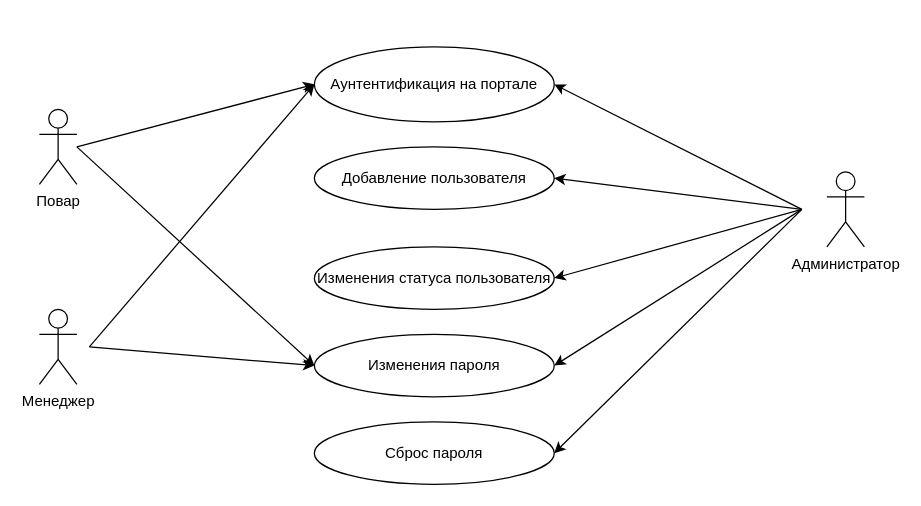
Before: page "Use cases" (3 of 3) of docs/diagrams/food-user-auth.drawio in otusroom5/food-manager, a draw.io diagram. Source tidied: cells renumbered, new cells numbered last; positions are measured from the earlier drawing's top-left corner, leaving out a move shared by most shapes. Both pictures are drawn from the tidied source at 125%, with x=0, y=0 at pixel (39, 46).
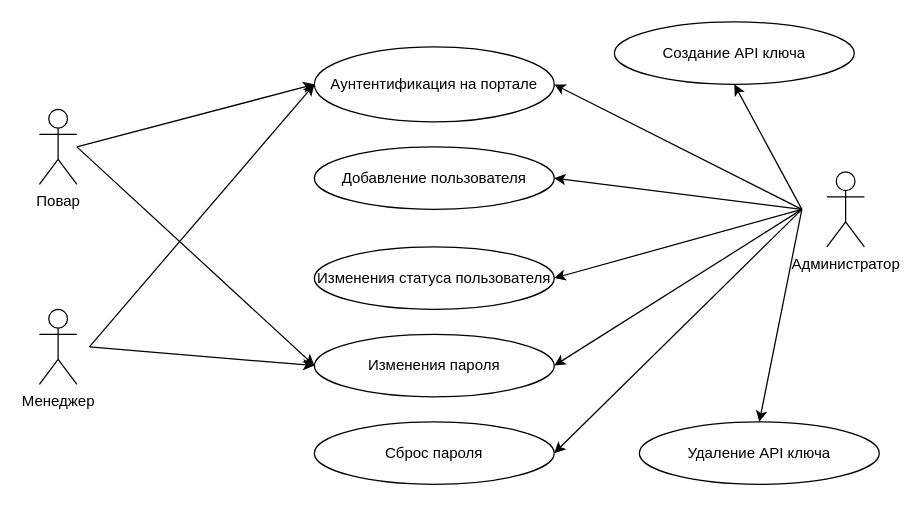
The same diagram, later.

Change to the diagram source:
```diff
@@
+    <mxCell id="19" value="Удаление API ключа" style="ellipse;whiteSpace=wrap;html=1;" parent="1" vertex="1">
+      <mxGeometry x="480" y="300" width="191.9" height="50" as="geometry" />
+    </mxCell>
+    <mxCell id="20" value="Создание API ключа" style="ellipse;whiteSpace=wrap;html=1;" parent="1" vertex="1">
+      <mxGeometry x="460" y="-20" width="191.9" height="50" as="geometry" />
+    </mxCell>
+    <mxCell id="21" style="endArrow=classic;html=1;rounded=0;entryX=0.5;entryY=1;entryDx=0;entryDy=0;" parent="1" edge="1" target="20">
+      <mxGeometry relative="1" as="geometry">
+        <mxPoint x="610" y="130" as="sourcePoint" />
+      </mxGeometry>
+    </mxCell>
+    <mxCell id="22" style="endArrow=classic;html=1;rounded=0;entryX=0.5;entryY=0;entryDx=0;entryDy=0;" parent="1" edge="1" target="19">
+      <mxGeometry relative="1" as="geometry">
+        <mxPoint x="610" y="130" as="sourcePoint" />
+      </mxGeometry>
+    </mxCell>
```
